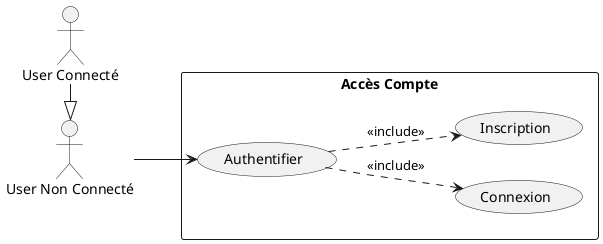
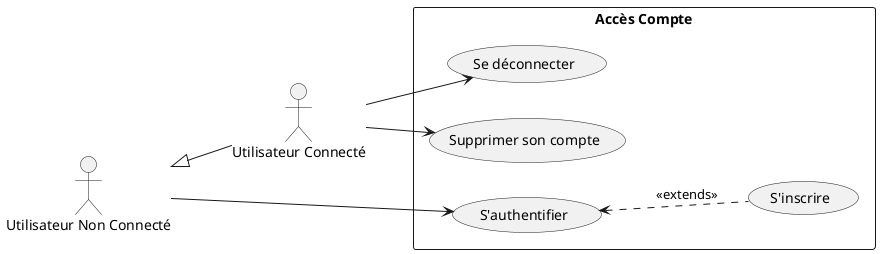
- @startuml
+ @startuml uc_account
left to right direction
skinparam packageStyle rectangle

- actor "User Non Connecté" as Guest
- actor "User Connecté" as User
+ actor "Utilisateur Non Connecté" as Guest
+ actor "Utilisateur Connecté" as User

- User -|> Guest
+ User -up-|> Guest

package "Accès Compte" {
-     usecase "Authentifier" as UC_Auth
-     usecase "Connexion" as UC_Login
-     usecase "Inscription" as UC_Register
+     usecase "S'authentifier" as UC_Auth
+     usecase "S'inscrire" as UC_Register
+ 
+     usecase "Se déconnecter" as UC_Logout
+     usecase "Supprimer son compte" as UC_Delete
}

Guest --> UC_Auth

- UC_Auth ..> UC_Login : <<include>>
- UC_Auth ..> UC_Register : <<include>>
+ UC_Auth <.. UC_Register : <<extends>>
+ 
+ User --> UC_Logout
+ User --> UC_Delete

@enduml
